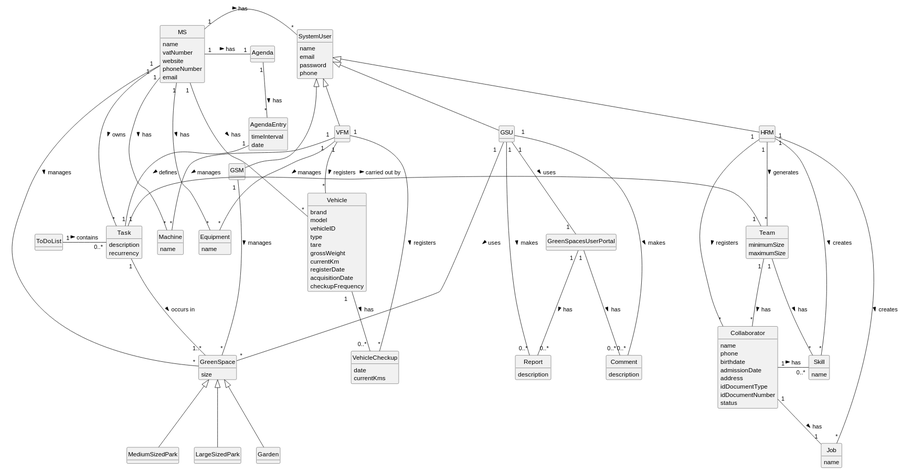
Departamento-de-Engenharia-Informatica/lei-24-s2-1do-g164 keeps this PlantUML diagram as docs/sprintB/global-artifacts/02.analysis/svg/project-domain-model.svg. Above is the earlier version.
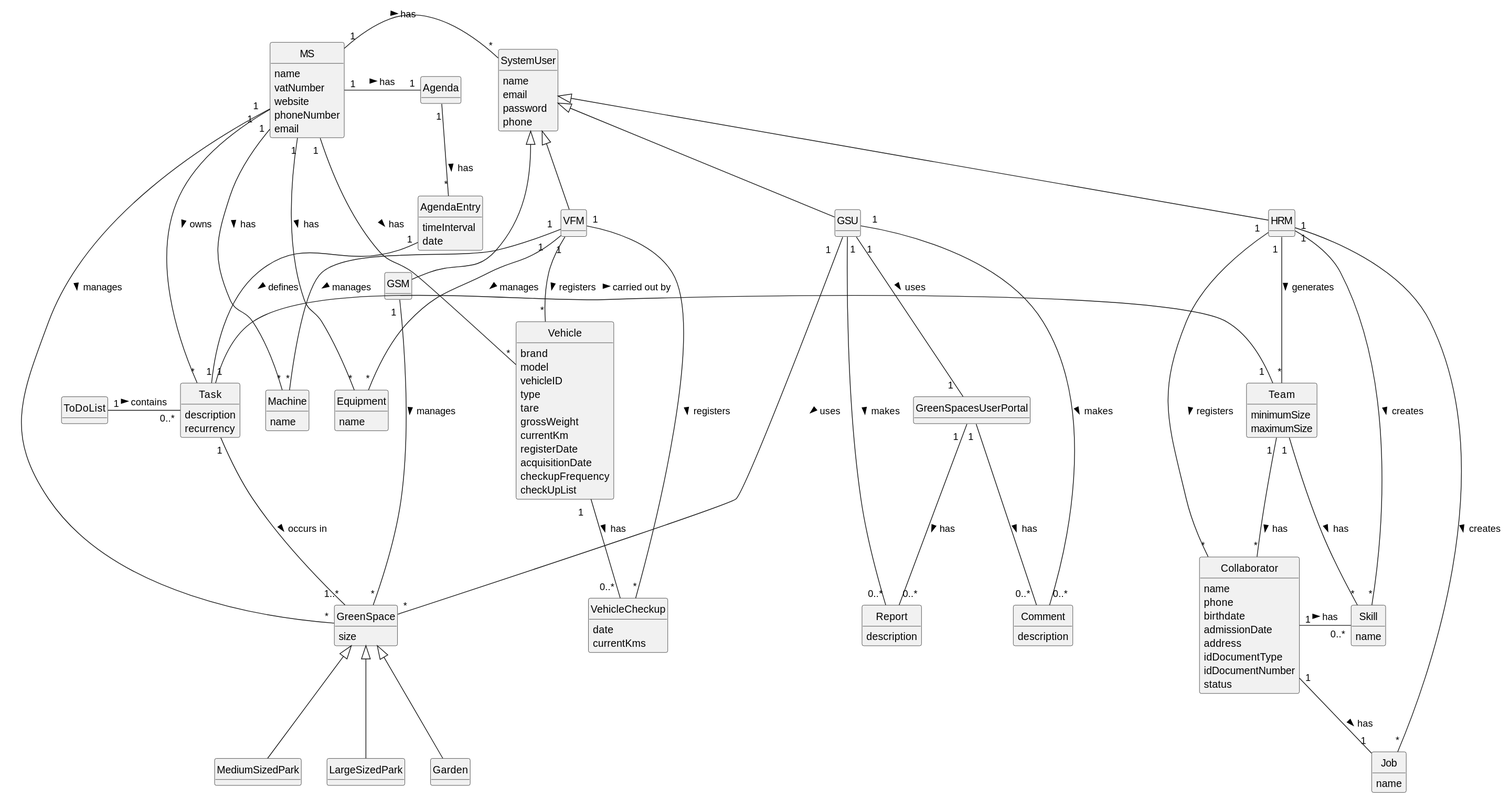
The same file after the commit.

Diff of the diagram source:
```diff
@@ -77,16 +77,17 @@
 }
 
 class Vehicle {
-   brand
-   model
-   vehicleID
-   type
-   tare
-   grossWeight
-   currentKm
-   registerDate
-   acquisitionDate
-   checkupFrequency
+        brand
+        model
+        vehicleID
+        type
+        tare
+        grossWeight
+        currentKm
+        registerDate
+        acquisitionDate
+        checkupFrequency
+        checkUpList
 }
 
 class Machine {
```
